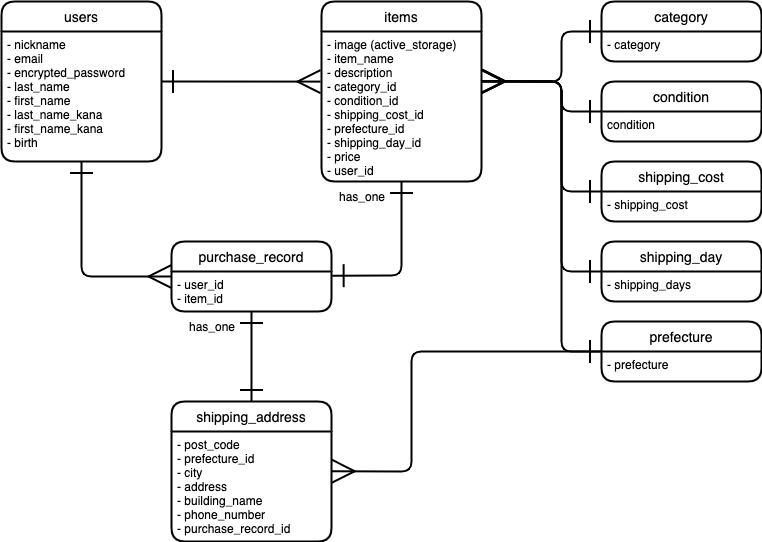
This is app/assets/stylesheets/ER.drawio.png from tmu1020/furima-36978, a draw.io export, as it was before one commit. Source tidied: cells renumbered, new cells last; positions are measured from the earlier drawing's top-left corner, leaving out a move shared by most shapes.
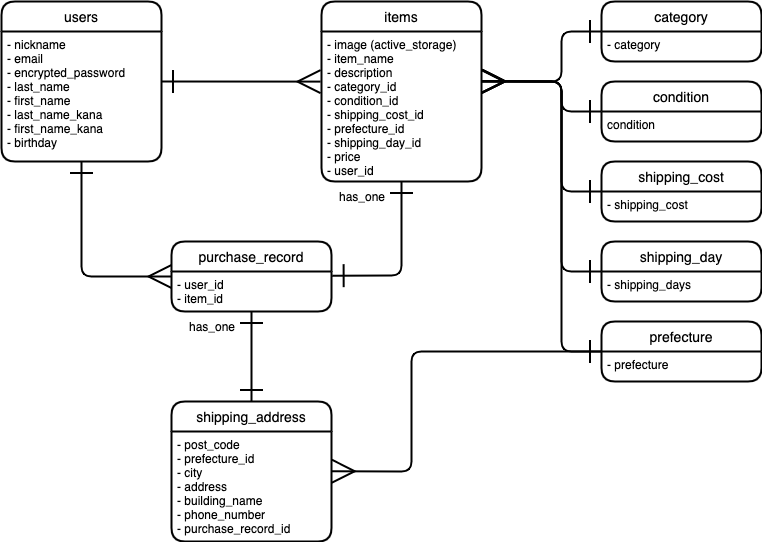
The same file after the commit.

Commit message:
ER図、birthdayに修正

What changed in the source:
```diff
@@ -21,7 +21,7 @@
     <mxCell id="6" value="users" style="swimlane;horizontal=1;startSize=30;rounded=1;fontSize=14;fontStyle=0;strokeWidth=2;shadow=0;dashed=0;align=center;" parent="1" vertex="1">
       <mxGeometry width="160" height="160" as="geometry" />
     </mxCell>
-    <mxCell id="7" value="- nickname&#10;- email&#10;- encrypted_password&#10;- last_name&#10;- first_name&#10;- last_name_kana&#10;- first_name_kana&#10;- birth" style="align=left;strokeColor=none;fillColor=none;spacingLeft=4;fontSize=12;verticalAlign=top;" parent="6" vertex="1">
+    <mxCell id="7" value="- nickname&#10;- email&#10;- encrypted_password&#10;- last_name&#10;- first_name&#10;- last_name_kana&#10;- first_name_kana&#10;- birthday" style="align=left;strokeColor=none;fillColor=none;spacingLeft=4;fontSize=12;verticalAlign=top;" parent="6" vertex="1">
       <mxGeometry y="30" width="160" height="130" as="geometry" />
     </mxCell>
     <mxCell id="8" style="edgeStyle=none;jumpSize=6;html=1;startArrow=ERone;startFill=0;endArrow=ERmany;endFill=0;startSize=20;endSize=20;strokeColor=default;strokeWidth=2;" parent="1" edge="1" source="7">
```
